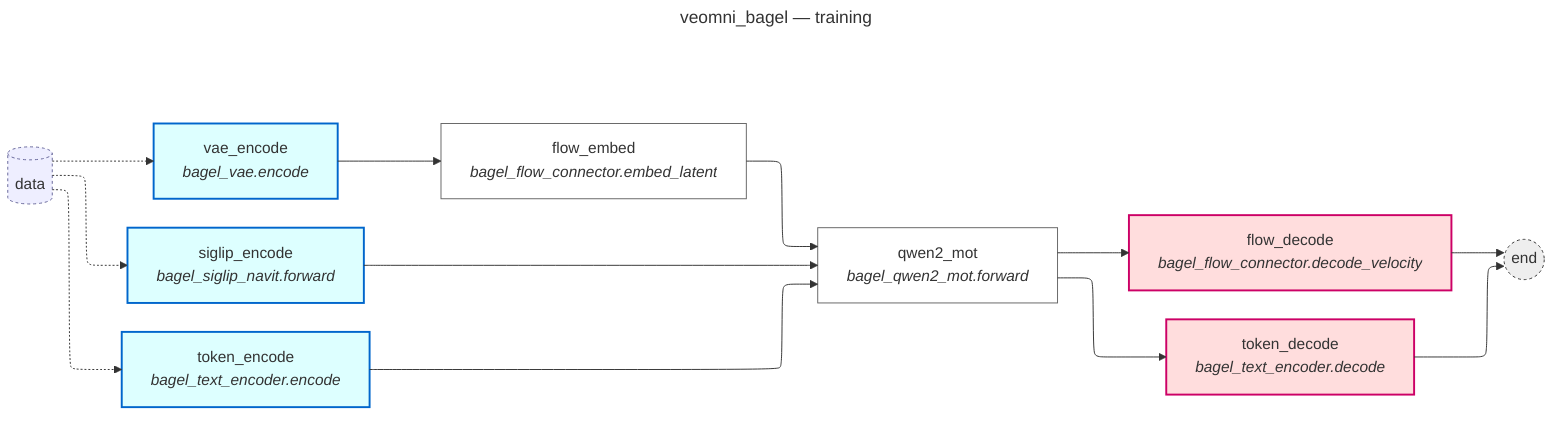
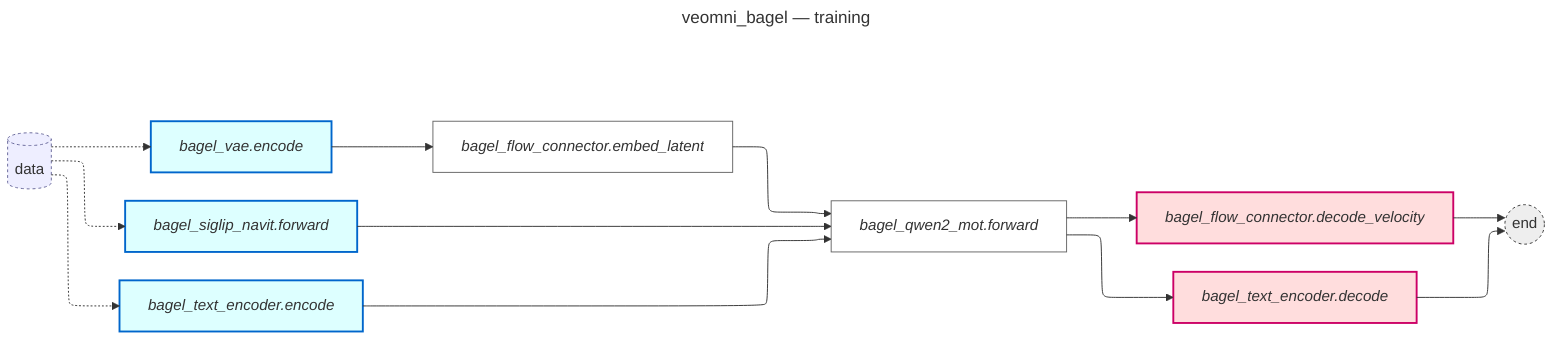
---
title: veomni_bagel — training
---
%%{init: {'flowchart': {'defaultRenderer': 'elk'}}}%%
flowchart LR
    data[(data)]:::io
    subgraph col0 [ ]
        direction TB
-         token_encode["token_encode<br/><i>bagel_text_encoder.encode</i>"]:::source
-         siglip_encode["siglip_encode<br/><i>bagel_siglip_navit.forward</i>"]:::source
-         vae_encode["vae_encode<br/><i>bagel_vae.encode</i>"]:::source
+         bagel_text_encoder_encode["<i>bagel_text_encoder.encode</i>"]:::source
+         bagel_siglip_navit_forward["<i>bagel_siglip_navit.forward</i>"]:::source
+         bagel_vae_encode["<i>bagel_vae.encode</i>"]:::source
    end
    subgraph col1 [ ]
        direction TB
-         flow_embed["flow_embed<br/><i>bagel_flow_connector.embed_latent</i>"]:::middle
+         bagel_flow_connector_embed_latent["<i>bagel_flow_connector.embed_latent</i>"]:::middle
    end
    subgraph col2 [ ]
        direction TB
-         qwen2_mot["qwen2_mot<br/><i>bagel_qwen2_mot.forward</i>"]:::middle
+         bagel_qwen2_mot_forward["<i>bagel_qwen2_mot.forward</i>"]:::middle
    end
    subgraph col3 [ ]
        direction TB
-         token_decode["token_decode<br/><i>bagel_text_encoder.decode</i>"]:::sink
-         flow_decode["flow_decode<br/><i>bagel_flow_connector.decode_velocity</i>"]:::sink
+         bagel_text_encoder_decode["<i>bagel_text_encoder.decode</i>"]:::sink
+         bagel_flow_connector_decode_velocity["<i>bagel_flow_connector.decode_velocity</i>"]:::sink
    end
    end_sink(("end")):::end_sink
-     data -.-> siglip_encode
-     data -.-> token_encode
-     data -.-> vae_encode
-     token_encode --> qwen2_mot
-     siglip_encode --> qwen2_mot
-     vae_encode --> flow_embed
-     flow_embed --> qwen2_mot
-     qwen2_mot --> token_decode
-     qwen2_mot --> flow_decode
-     token_decode --> end_sink
-     flow_decode --> end_sink
+     data -.-> bagel_siglip_navit_forward
+     data -.-> bagel_text_encoder_encode
+     data -.-> bagel_vae_encode
+     bagel_text_encoder_encode --> bagel_qwen2_mot_forward
+     bagel_siglip_navit_forward --> bagel_qwen2_mot_forward
+     bagel_vae_encode --> bagel_flow_connector_embed_latent
+     bagel_flow_connector_embed_latent --> bagel_qwen2_mot_forward
+     bagel_qwen2_mot_forward --> bagel_text_encoder_decode
+     bagel_qwen2_mot_forward --> bagel_flow_connector_decode_velocity
+     bagel_text_encoder_decode --> end_sink
+     bagel_flow_connector_decode_velocity --> end_sink
    style col0 fill:transparent,stroke:none
    style col1 fill:transparent,stroke:none
    style col2 fill:transparent,stroke:none
    style col3 fill:transparent,stroke:none
    classDef source fill:#dff,stroke:#06c,stroke-width:2px
    classDef sink fill:#fdd,stroke:#c06,stroke-width:2px
    classDef both fill:#efe,stroke:#693,stroke-width:2px
    classDef middle fill:#fff,stroke:#666
    classDef io fill:#eef,stroke:#669,stroke-dasharray:3 3
    classDef end_sink fill:#eee,stroke:#333,stroke-width:1px,stroke-dasharray:3 3
